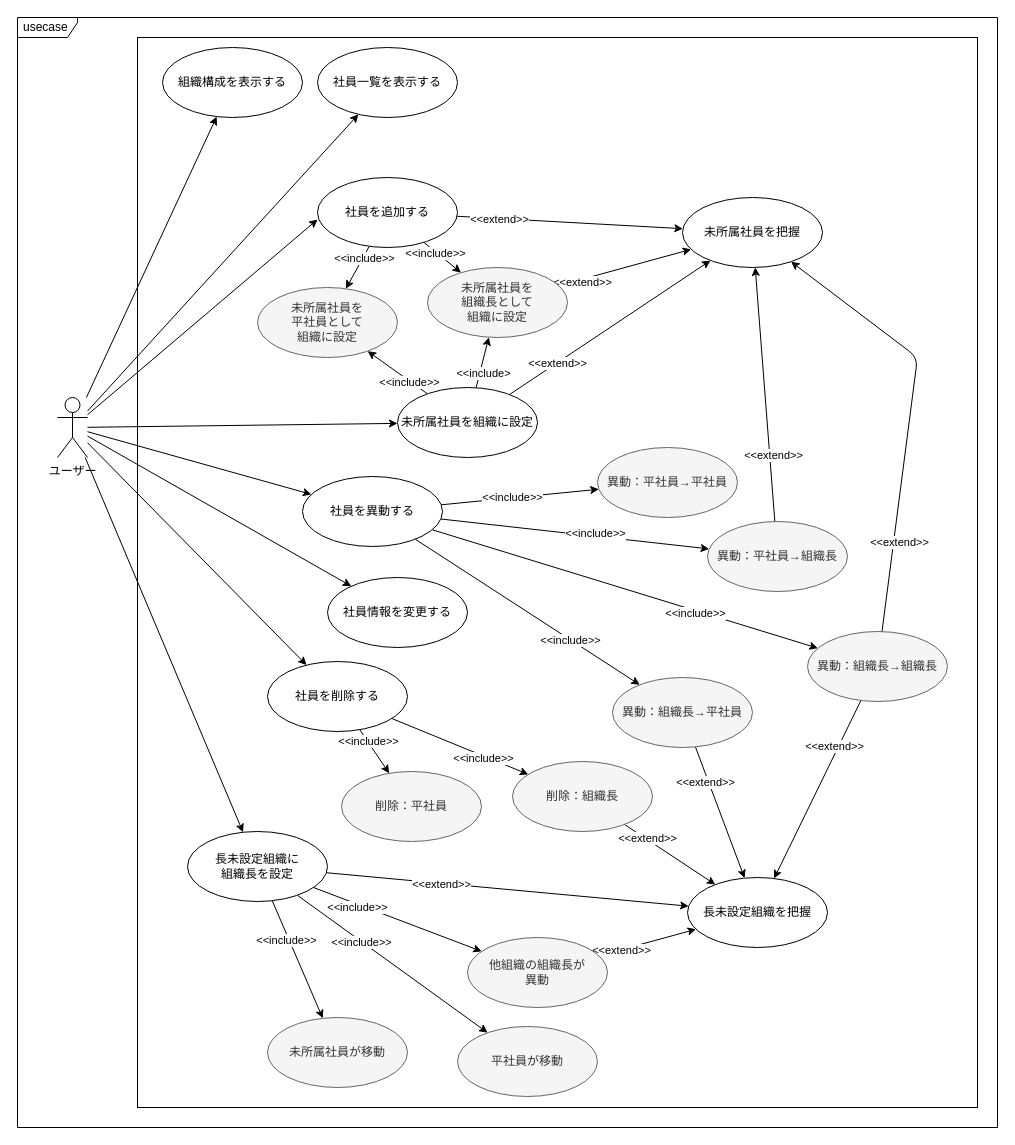
The draw.io diagram page "ページ1" (1 of 2) of Designs/ユースケース/Usecases.drawio in bosssanovar/LightMvvmSample, before the edit. Source tidied: cells renumbered, new cells numbered last; positions are measured from the earlier drawing's top-left corner, leaving out a move shared by most shapes. Both pictures are drawn from the tidied source at 100%, with x=0, y=0 at pixel (17, 17).
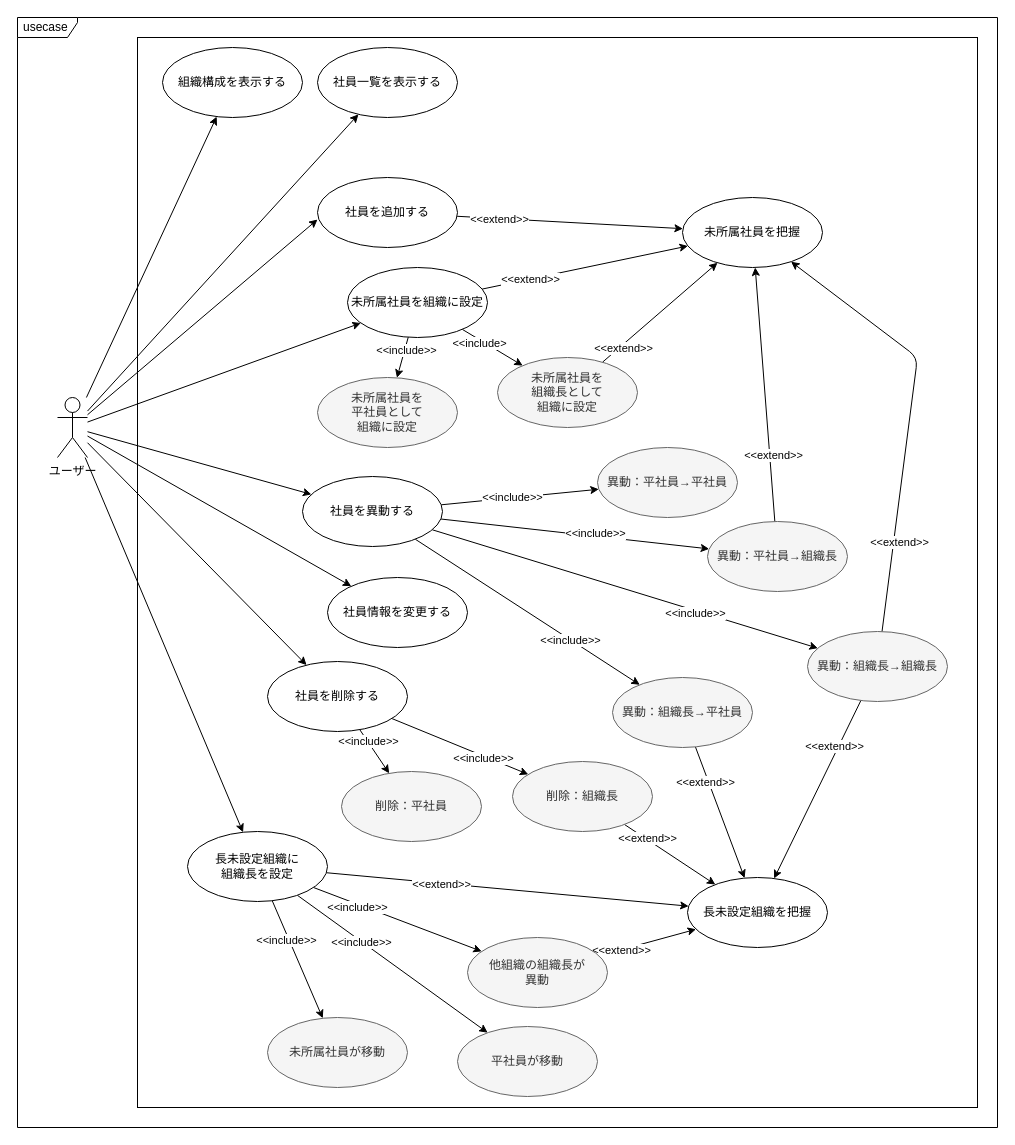
The same page after the edit.

Commit message (it also covers changes not shown here):
ユースケース修正　追加した社員は、まず未所属に配属

The change refers to these unchanged cells:
```xml
<mxCell id="10" value="社員を追加する" style="ellipse;whiteSpace=wrap;html=1;" parent="1" vertex="1">
  <mxGeometry x="300" y="160" width="140" height="70" as="geometry" />
</mxCell>
```

The edit, as a diff of the source:
```diff
@@
-    <mxCell id="6" style="edgeStyle=none;html=1;" parent="1" edge="1" source="10" target="62">
-      <mxGeometry relative="1" as="geometry" />
-    </mxCell>
-    <mxCell id="7" value="&amp;lt;&amp;lt;include&amp;gt;&amp;gt;" style="edgeLabel;html=1;align=center;verticalAlign=middle;" parent="6" vertex="1">
-      <mxGeometry x="-0.47" relative="1" as="geometry">
-        <mxPoint x="1" as="offset" />
-      </mxGeometry>
-    </mxCell>
-    <mxCell id="8" style="edgeStyle=none;html=1;" parent="1" edge="1" source="10" target="65">
-      <mxGeometry relative="1" as="geometry" />
-    </mxCell>
-    <mxCell id="9" value="&amp;lt;&amp;lt;include&amp;gt;&amp;gt;" style="edgeLabel;html=1;align=center;verticalAlign=middle;" parent="8" vertex="1">
-      <mxGeometry x="-0.38" y="-1" relative="1" as="geometry" />
-    </mxCell>
@@
     <mxCell id="61" value="未所属社員を組織に設定" style="ellipse;whiteSpace=wrap;html=1;" parent="1" vertex="1">
-      <mxGeometry x="380" y="370" width="140" height="70" as="geometry" />
+      <mxGeometry x="330" y="250" width="140" height="70" as="geometry" />
     </mxCell>
     <mxCell id="62" value="未所属社員を&lt;br&gt;平社員として&lt;br&gt;組織に設定" style="ellipse;whiteSpace=wrap;html=1;fillColor=#f5f5f5;fontColor=#333333;strokeColor=#666666;" parent="1" vertex="1">
-      <mxGeometry x="240" y="270" width="140" height="70" as="geometry" />
+      <mxGeometry x="300" y="360" width="140" height="70" as="geometry" />
     </mxCell>
@@
     <mxCell id="65" value="未所属社員を&lt;br&gt;組織長として&lt;br&gt;組織に設定" style="ellipse;whiteSpace=wrap;html=1;fillColor=#f5f5f5;fontColor=#333333;strokeColor=#666666;" parent="1" vertex="1">
-      <mxGeometry x="410" y="250" width="140" height="70" as="geometry" />
+      <mxGeometry x="480" y="340" width="140" height="70" as="geometry" />
     </mxCell>
```
